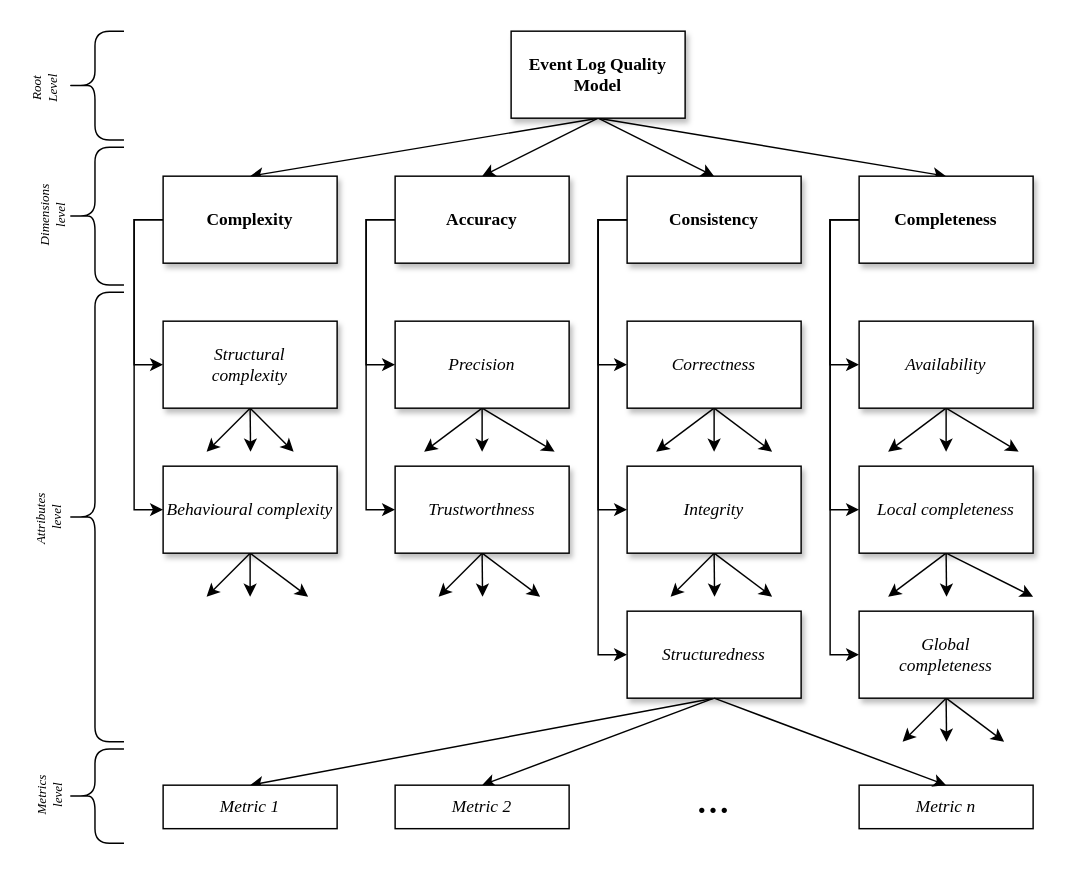
Earlier version of the draw.io diagram img/Chapter1/Event_Log_Model/Event_Log_Model.drawio (CorrieScheepers/Masters). Source tidied: cells renumbered, new cells numbered last; positions are measured from the earlier drawing's top-left corner, leaving out a move shared by most shapes. Both pictures are drawn from the tidied source at 145%, with x=0, y=0 at pixel (-4, 30).
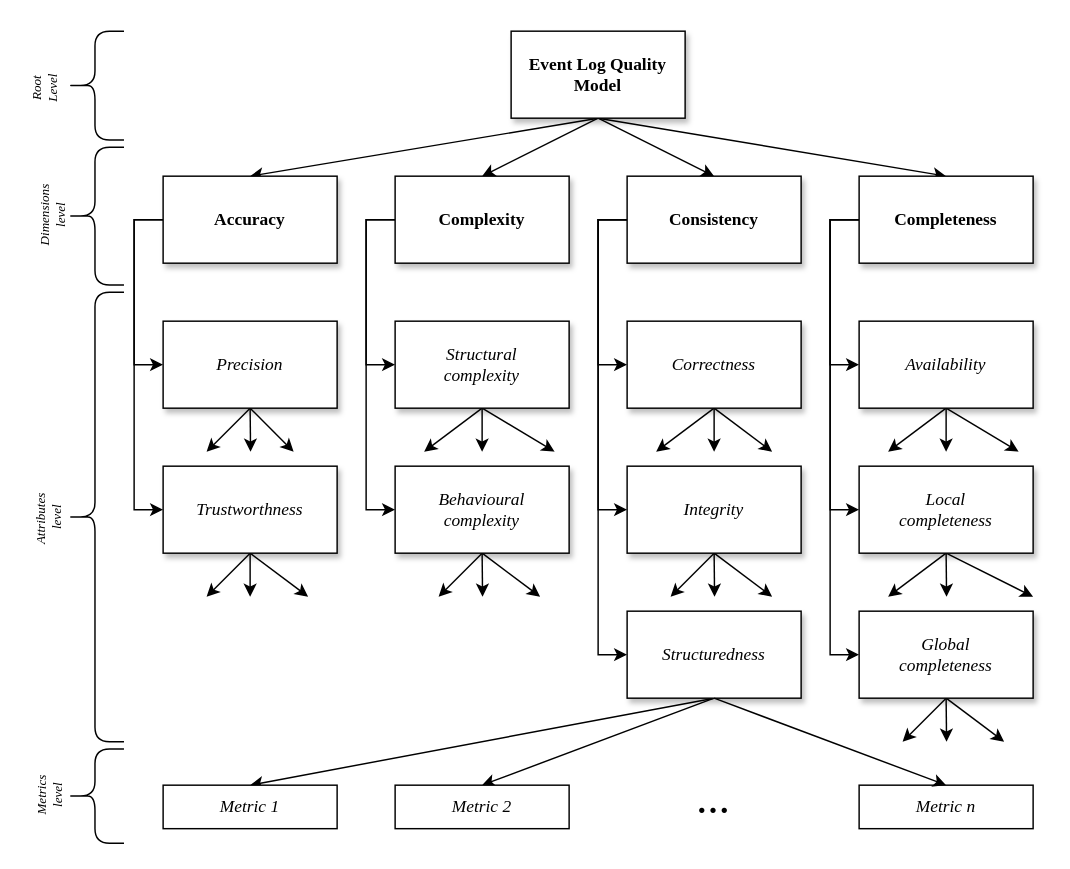
Above is the later version.

Diff of the diagram source:
```diff
@@
-    <mxCell id="13" value="&lt;b&gt;Accuracy&lt;/b&gt;" style="rounded=0;whiteSpace=wrap;html=1;gradientColor=none;shadow=1;fontFamily=Times New Roman;" parent="1" vertex="1">
+    <mxCell id="13" value="&lt;b&gt;Complexity&lt;/b&gt;" style="rounded=0;whiteSpace=wrap;html=1;gradientColor=none;shadow=1;fontFamily=Times New Roman;" parent="1" vertex="1">
       <mxGeometry x="275" y="100" width="120" height="60" as="geometry" />
     </mxCell>
@@
-    <mxCell id="16" value="&lt;b&gt;Complexity&lt;/b&gt;" style="rounded=0;whiteSpace=wrap;html=1;gradientColor=none;shadow=1;fontFamily=Times New Roman;" parent="1" vertex="1">
+    <mxCell id="16" value="&lt;b&gt;Accuracy&lt;/b&gt;" style="rounded=0;whiteSpace=wrap;html=1;gradientColor=none;shadow=1;fontFamily=Times New Roman;" parent="1" vertex="1">
       <mxGeometry x="115" y="100" width="120" height="60" as="geometry" />
     </mxCell>
@@
-    <mxCell id="24" value="&lt;i&gt;Structural &lt;br&gt;complexity&lt;/i&gt;" style="rounded=0;whiteSpace=wrap;html=1;gradientColor=none;shadow=1;fontFamily=Times New Roman;" parent="1" vertex="1">
+    <mxCell id="24" value="&lt;i&gt;Precision&lt;/i&gt;" style="rounded=0;whiteSpace=wrap;html=1;gradientColor=none;shadow=1;fontFamily=Times New Roman;" parent="1" vertex="1">
       <mxGeometry x="115" y="200" width="120" height="60" as="geometry" />
     </mxCell>
@@
-    <mxCell id="32" value="&lt;i&gt;Precision&lt;/i&gt;" style="rounded=0;whiteSpace=wrap;html=1;gradientColor=none;shadow=1;fontFamily=Times New Roman;" parent="1" vertex="1">
+    <mxCell id="32" value="&lt;i&gt;Structural&lt;br&gt;complexity&lt;/i&gt;" style="rounded=0;whiteSpace=wrap;html=1;gradientColor=none;shadow=1;fontFamily=Times New Roman;" parent="1" vertex="1">
       <mxGeometry x="275" y="200" width="120" height="60" as="geometry" />
     </mxCell>
@@
-    <mxCell id="40" value="&lt;i&gt;Behavioural complexity&lt;/i&gt;" style="rounded=0;whiteSpace=wrap;html=1;gradientColor=none;shadow=1;fontFamily=Times New Roman;" parent="1" vertex="1">
+    <mxCell id="40" value="&lt;i&gt;Trustworthness&lt;/i&gt;" style="rounded=0;whiteSpace=wrap;html=1;gradientColor=none;shadow=1;fontFamily=Times New Roman;" parent="1" vertex="1">
       <mxGeometry x="115" y="300" width="120" height="60" as="geometry" />
     </mxCell>
@@
-    <mxCell id="44" value="&lt;i&gt;Local completeness&lt;/i&gt;" style="rounded=0;whiteSpace=wrap;html=1;shadow=1;fontFamily=Times New Roman;" parent="1" vertex="1">
+    <mxCell id="44" value="&lt;i&gt;Local &lt;br&gt;completeness&lt;/i&gt;" style="rounded=0;whiteSpace=wrap;html=1;shadow=1;fontFamily=Times New Roman;" parent="1" vertex="1">
       <mxGeometry x="595" y="300" width="120" height="60" as="geometry" />
     </mxCell>
@@
-    <mxCell id="48" value="&lt;i&gt;Trustworthness&lt;/i&gt;" style="rounded=0;whiteSpace=wrap;html=1;gradientColor=none;shadow=1;fontFamily=Times New Roman;" parent="1" vertex="1">
+    <mxCell id="48" value="&lt;i&gt;Behavioural &lt;br&gt;complexity&lt;/i&gt;" style="rounded=0;whiteSpace=wrap;html=1;gradientColor=none;shadow=1;fontFamily=Times New Roman;" parent="1" vertex="1">
       <mxGeometry x="275" y="300" width="120" height="60" as="geometry" />
     </mxCell>
```
